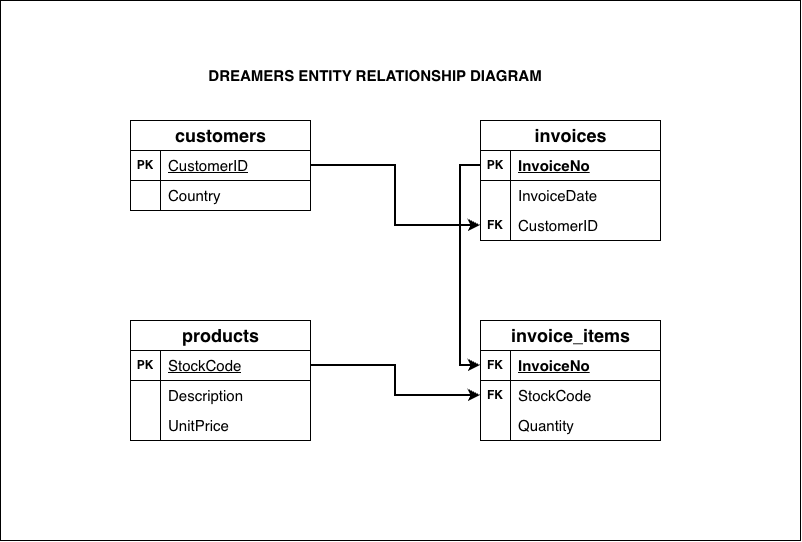
Before: docs/dreamers-erd.png, a diagram exported from draw.io (esodevops/dreamers-ecommerce-store-etl). Source tidied: cells renumbered, new cells last; positions are measured from the earlier drawing's top-left corner, leaving out a move shared by most shapes. The source it was exported from:
```xml
<mxGraphModel>
  <root>
    <mxCell id="0" />
    <mxCell id="1" parent="0" />
    <mxCell id="2" style="verticalLabelPosition=bottom;verticalAlign=top;html=1;shape=mxgraph.basic.rect;fillColor2=none;strokeWidth=1;size=20;indent=5;" parent="1" vertex="1">
      <mxGeometry width="800" height="540" as="geometry" />
    </mxCell>
    <mxCell id="3" value="&lt;font style=&quot;font-size: 18px;&quot;&gt;customers&lt;/font&gt;" style="shape=table;startSize=30;rowLines=0;fontStyle=1;align=center;html=1;" parent="1" vertex="1">
      <mxGeometry x="130" y="120" width="180" height="90" as="geometry" />
    </mxCell>
    <mxCell id="4" style="shape=tableRow;horizontal=0;startSize=0;swimlaneHead=0;swimlaneBody=0;fillColor=none;points=[[0,0.5],[1,0.5]];portConstraint=eastwest;top=0;left=0;right=0;bottom=1;" parent="3" vertex="1">
      <mxGeometry y="30" width="180" height="30" as="geometry" />
    </mxCell>
    <mxCell id="5" value="PK" style="shape=partialRectangle;fillColor=none;top=0;left=0;bottom=0;right=0;fontStyle=1;overflow=hidden;whiteSpace=wrap;html=1;" parent="4" vertex="1">
      <mxGeometry width="30" height="30" as="geometry" />
    </mxCell>
    <mxCell id="6" value="&lt;span style=&quot;font-weight: 400;&quot;&gt;&lt;font style=&quot;font-size: 15px;&quot;&gt;CustomerID&lt;/font&gt;&lt;/span&gt;" style="shape=partialRectangle;fillColor=none;top=0;left=0;bottom=0;right=0;align=left;spacingLeft=6;fontStyle=5;overflow=hidden;whiteSpace=wrap;html=1;" parent="4" vertex="1">
      <mxGeometry x="30" width="150" height="30" as="geometry" />
    </mxCell>
    <mxCell id="7" style="shape=tableRow;horizontal=0;startSize=0;swimlaneHead=0;swimlaneBody=0;fillColor=none;top=0;left=0;right=0;bottom=0;" parent="3" vertex="1">
      <mxGeometry y="60" width="180" height="30" as="geometry" />
    </mxCell>
    <mxCell id="8" style="shape=partialRectangle;fillColor=none;top=0;left=0;bottom=0;right=0;overflow=hidden;whiteSpace=wrap;html=1;" parent="7" vertex="1">
      <mxGeometry width="30" height="30" as="geometry" />
    </mxCell>
    <mxCell id="9" value="&lt;font style=&quot;font-size: 15px;&quot;&gt;Country&lt;/font&gt;" style="shape=partialRectangle;fillColor=none;top=0;left=0;bottom=0;right=0;align=left;spacingLeft=6;overflow=hidden;whiteSpace=wrap;html=1;" parent="7" vertex="1">
      <mxGeometry x="30" width="150" height="30" as="geometry" />
    </mxCell>
    <mxCell id="10" value="&lt;font style=&quot;font-size: 18px;&quot;&gt;products&lt;/font&gt;" style="shape=table;startSize=30;rowLines=0;fontStyle=1;align=center;html=1;" parent="1" vertex="1">
      <mxGeometry x="130" y="320" width="180" height="120" as="geometry" />
    </mxCell>
    <mxCell id="11" style="shape=tableRow;horizontal=0;startSize=0;swimlaneHead=0;swimlaneBody=0;fillColor=none;points=[[0,0.5],[1,0.5]];portConstraint=eastwest;top=0;left=0;right=0;bottom=1;" parent="10" vertex="1">
      <mxGeometry y="30" width="180" height="30" as="geometry" />
    </mxCell>
    <mxCell id="12" value="PK" style="shape=partialRectangle;fillColor=none;top=0;left=0;bottom=0;right=0;fontStyle=1;overflow=hidden;whiteSpace=wrap;html=1;" parent="11" vertex="1">
      <mxGeometry width="30" height="30" as="geometry" />
    </mxCell>
    <mxCell id="13" value="&lt;span style=&quot;font-weight: 400;&quot;&gt;&lt;font style=&quot;font-size: 15px;&quot;&gt;StockCode&lt;/font&gt;&lt;/span&gt;" style="shape=partialRectangle;fillColor=none;top=0;left=0;bottom=0;right=0;align=left;spacingLeft=6;fontStyle=5;overflow=hidden;whiteSpace=wrap;html=1;" parent="11" vertex="1">
      <mxGeometry x="30" width="150" height="30" as="geometry" />
    </mxCell>
    <mxCell id="14" style="shape=tableRow;horizontal=0;startSize=0;swimlaneHead=0;swimlaneBody=0;fillColor=none;top=0;left=0;right=0;bottom=0;" parent="10" vertex="1">
      <mxGeometry y="60" width="180" height="30" as="geometry" />
    </mxCell>
    <mxCell id="15" style="shape=partialRectangle;fillColor=none;top=0;left=0;bottom=0;right=0;overflow=hidden;whiteSpace=wrap;html=1;" parent="14" vertex="1">
      <mxGeometry width="30" height="30" as="geometry" />
    </mxCell>
    <mxCell id="16" value="&lt;font style=&quot;font-size: 15px;&quot;&gt;Description&lt;/font&gt;" style="shape=partialRectangle;fillColor=none;top=0;left=0;bottom=0;right=0;align=left;spacingLeft=6;overflow=hidden;whiteSpace=wrap;html=1;" parent="14" vertex="1">
      <mxGeometry x="30" width="150" height="30" as="geometry" />
    </mxCell>
    <mxCell id="17" style="shape=tableRow;horizontal=0;startSize=0;swimlaneHead=0;swimlaneBody=0;fillColor=none;top=0;left=0;right=0;bottom=0;" parent="10" vertex="1">
      <mxGeometry y="90" width="180" height="30" as="geometry" />
    </mxCell>
    <mxCell id="18" style="shape=partialRectangle;fillColor=none;top=0;left=0;bottom=0;right=0;overflow=hidden;whiteSpace=wrap;html=1;" parent="17" vertex="1">
      <mxGeometry width="30" height="30" as="geometry" />
    </mxCell>
    <mxCell id="19" value="&lt;font style=&quot;font-size: 15px;&quot;&gt;UnitPrice&lt;/font&gt;" style="shape=partialRectangle;fillColor=none;top=0;left=0;bottom=0;right=0;align=left;spacingLeft=6;overflow=hidden;whiteSpace=wrap;html=1;" parent="17" vertex="1">
      <mxGeometry x="30" width="150" height="30" as="geometry" />
    </mxCell>
    <mxCell id="20" value="&lt;font style=&quot;font-size: 18px;&quot;&gt;invoices&lt;/font&gt;" style="shape=table;startSize=30;rowLines=0;fontStyle=1;align=center;html=1;" parent="1" vertex="1">
      <mxGeometry x="480" y="120" width="180" height="120" as="geometry" />
    </mxCell>
    <mxCell id="21" style="shape=tableRow;horizontal=0;startSize=0;swimlaneHead=0;swimlaneBody=0;fillColor=none;points=[[0,0.5],[1,0.5]];portConstraint=eastwest;top=0;left=0;right=0;bottom=1;" parent="20" vertex="1">
      <mxGeometry y="30" width="180" height="30" as="geometry" />
    </mxCell>
    <mxCell id="22" value="PK" style="shape=partialRectangle;fillColor=none;top=0;left=0;bottom=0;right=0;fontStyle=1;overflow=hidden;whiteSpace=wrap;html=1;" parent="21" vertex="1">
      <mxGeometry width="30" height="30" as="geometry" />
    </mxCell>
    <mxCell id="23" value="&lt;font style=&quot;font-size: 15px;&quot;&gt;InvoiceNo&lt;/font&gt;" style="shape=partialRectangle;fillColor=none;top=0;left=0;bottom=0;right=0;align=left;spacingLeft=6;fontStyle=5;overflow=hidden;whiteSpace=wrap;html=1;" parent="21" vertex="1">
      <mxGeometry x="30" width="150" height="30" as="geometry" />
    </mxCell>
    <mxCell id="24" style="shape=tableRow;horizontal=0;startSize=0;swimlaneHead=0;swimlaneBody=0;fillColor=none;top=0;left=0;right=0;bottom=0;" parent="20" vertex="1">
      <mxGeometry y="60" width="180" height="30" as="geometry" />
    </mxCell>
    <mxCell id="25" style="shape=partialRectangle;fillColor=none;top=0;left=0;bottom=0;right=0;overflow=hidden;whiteSpace=wrap;html=1;" parent="24" vertex="1">
      <mxGeometry width="30" height="30" as="geometry" />
    </mxCell>
    <mxCell id="26" value="&lt;font style=&quot;font-size: 15px;&quot;&gt;InvoiceDate&lt;/font&gt;" style="shape=partialRectangle;fillColor=none;top=0;left=0;bottom=0;right=0;align=left;spacingLeft=6;overflow=hidden;whiteSpace=wrap;html=1;" parent="24" vertex="1">
      <mxGeometry x="30" width="150" height="30" as="geometry" />
    </mxCell>
    <mxCell id="27" style="shape=tableRow;horizontal=0;startSize=0;swimlaneHead=0;swimlaneBody=0;fillColor=none;points=[[0,0.5],[1,0.5]];portConstraint=eastwest;top=0;left=0;right=0;bottom=0;" parent="20" vertex="1">
      <mxGeometry y="90" width="180" height="30" as="geometry" />
    </mxCell>
    <mxCell id="28" value="&lt;b&gt;FK&lt;/b&gt;" style="shape=partialRectangle;fillColor=none;top=0;left=0;bottom=0;right=0;overflow=hidden;whiteSpace=wrap;html=1;" parent="27" vertex="1">
      <mxGeometry width="30" height="30" as="geometry" />
    </mxCell>
    <mxCell id="29" value="&lt;font style=&quot;font-size: 15px;&quot;&gt;CustomerID&lt;/font&gt;" style="shape=partialRectangle;fillColor=none;top=0;left=0;bottom=0;right=0;align=left;spacingLeft=6;overflow=hidden;whiteSpace=wrap;html=1;" parent="27" vertex="1">
      <mxGeometry x="30" width="150" height="30" as="geometry" />
    </mxCell>
    <mxCell id="30" value="&lt;font style=&quot;font-size: 18px;&quot;&gt;invoice_items&lt;/font&gt;" style="shape=table;startSize=30;rowLines=0;fontStyle=1;align=center;html=1;" parent="1" vertex="1">
      <mxGeometry x="480" y="320" width="180" height="120" as="geometry" />
    </mxCell>
    <mxCell id="31" style="shape=tableRow;horizontal=0;startSize=0;swimlaneHead=0;swimlaneBody=0;fillColor=none;points=[[0,0.5],[1,0.5]];portConstraint=eastwest;top=0;left=0;right=0;bottom=1;" parent="30" vertex="1">
      <mxGeometry y="30" width="180" height="30" as="geometry" />
    </mxCell>
    <mxCell id="32" value="FK" style="shape=partialRectangle;fillColor=none;top=0;left=0;bottom=0;right=0;fontStyle=1;overflow=hidden;whiteSpace=wrap;html=1;" parent="31" vertex="1">
      <mxGeometry width="30" height="30" as="geometry" />
    </mxCell>
    <mxCell id="33" value="&lt;font style=&quot;font-size: 15px;&quot;&gt;InvoiceNo&lt;/font&gt;" style="shape=partialRectangle;fillColor=none;top=0;left=0;bottom=0;right=0;align=left;spacingLeft=6;fontStyle=5;overflow=hidden;whiteSpace=wrap;html=1;" parent="31" vertex="1">
      <mxGeometry x="30" width="150" height="30" as="geometry" />
    </mxCell>
    <mxCell id="34" style="shape=tableRow;horizontal=0;startSize=0;swimlaneHead=0;swimlaneBody=0;fillColor=none;points=[[0,0.5],[1,0.5]];portConstraint=eastwest;top=0;left=0;right=0;bottom=0;" parent="30" vertex="1">
      <mxGeometry y="60" width="180" height="30" as="geometry" />
    </mxCell>
    <mxCell id="35" value="&lt;b&gt;FK&lt;/b&gt;" style="shape=partialRectangle;fillColor=none;top=0;left=0;bottom=0;right=0;overflow=hidden;whiteSpace=wrap;html=1;" parent="34" vertex="1">
      <mxGeometry width="30" height="30" as="geometry" />
    </mxCell>
    <mxCell id="36" value="&lt;font style=&quot;font-size: 15px;&quot;&gt;StockCode&lt;/font&gt;" style="shape=partialRectangle;fillColor=none;top=0;left=0;bottom=0;right=0;align=left;spacingLeft=6;overflow=hidden;whiteSpace=wrap;html=1;" parent="34" vertex="1">
      <mxGeometry x="30" width="150" height="30" as="geometry" />
    </mxCell>
    <mxCell id="37" style="shape=tableRow;horizontal=0;startSize=0;swimlaneHead=0;swimlaneBody=0;fillColor=none;top=0;left=0;right=0;bottom=0;" parent="30" vertex="1">
      <mxGeometry y="90" width="180" height="30" as="geometry" />
    </mxCell>
    <mxCell id="38" style="shape=partialRectangle;fillColor=none;top=0;left=0;bottom=0;right=0;overflow=hidden;whiteSpace=wrap;html=1;" parent="37" vertex="1">
      <mxGeometry width="30" height="30" as="geometry" />
    </mxCell>
    <mxCell id="39" value="&lt;font style=&quot;font-size: 15px;&quot;&gt;Quantity&lt;/font&gt;" style="shape=partialRectangle;fillColor=none;top=0;left=0;bottom=0;right=0;align=left;spacingLeft=6;overflow=hidden;whiteSpace=wrap;html=1;" parent="37" vertex="1">
      <mxGeometry x="30" width="150" height="30" as="geometry" />
    </mxCell>
    <mxCell id="40" style="edgeStyle=orthogonalEdgeStyle;rounded=0;jettySize=auto;html=1;entryX=0;entryY=0.5;entryDx=0;entryDy=0;strokeWidth=2;" parent="1" edge="1" source="4" target="27">
      <mxGeometry relative="1" as="geometry" />
    </mxCell>
    <mxCell id="41" style="edgeStyle=orthogonalEdgeStyle;rounded=0;jettySize=auto;html=1;entryX=0;entryY=0.5;entryDx=0;entryDy=0;strokeWidth=2;" parent="1" edge="1" source="11" target="34">
      <mxGeometry relative="1" as="geometry" />
    </mxCell>
    <mxCell id="42" style="edgeStyle=orthogonalEdgeStyle;rounded=0;jettySize=auto;html=1;entryX=0;entryY=0.5;entryDx=0;entryDy=0;strokeWidth=2;" parent="1" edge="1" source="21" target="31">
      <mxGeometry relative="1" as="geometry" />
    </mxCell>
    <mxCell id="43" value="&lt;b&gt;&lt;font style=&quot;font-size: 15px;&quot;&gt;DREAMERS ENTITY RELATIONSHIP DIAGRAM&lt;/font&gt;&lt;/b&gt;" style="text;html=1;whiteSpace=wrap;strokeColor=none;fillColor=none;align=center;verticalAlign=middle;rounded=0;" parent="1" vertex="1">
      <mxGeometry x="190" y="60" width="370" height="30" as="geometry" />
    </mxCell>
  </root>
</mxGraphModel>
```
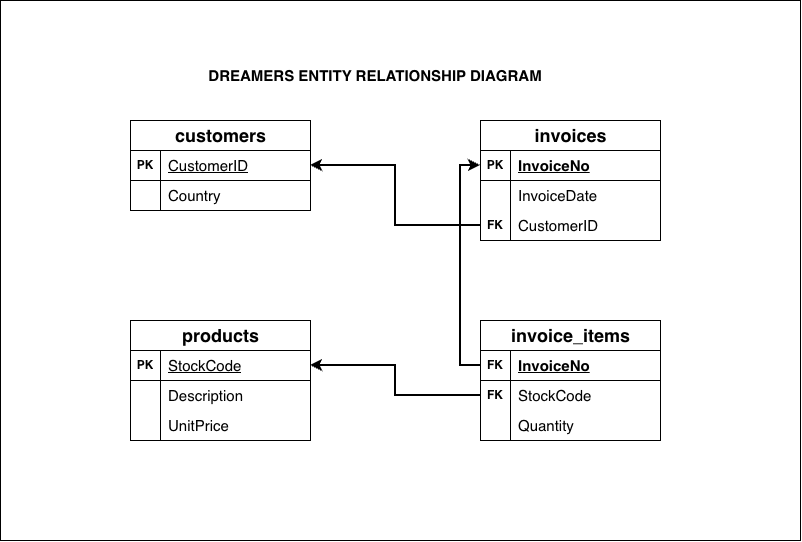
Later version of the same file.

Commit message:
fix: replace ERD

Change to the diagram source:
```diff
@@ -116,17 +116,17 @@
     <mxCell id="39" value="&lt;font style=&quot;font-size: 15px;&quot;&gt;Quantity&lt;/font&gt;" style="shape=partialRectangle;fillColor=none;top=0;left=0;bottom=0;right=0;align=left;spacingLeft=6;overflow=hidden;whiteSpace=wrap;html=1;" parent="37" vertex="1">
       <mxGeometry x="30" width="150" height="30" as="geometry" />
     </mxCell>
-    <mxCell id="40" style="edgeStyle=orthogonalEdgeStyle;rounded=0;jettySize=auto;html=1;entryX=0;entryY=0.5;entryDx=0;entryDy=0;strokeWidth=2;" parent="1" edge="1" source="4" target="27">
-      <mxGeometry relative="1" as="geometry" />
-    </mxCell>
-    <mxCell id="41" style="edgeStyle=orthogonalEdgeStyle;rounded=0;jettySize=auto;html=1;entryX=0;entryY=0.5;entryDx=0;entryDy=0;strokeWidth=2;" parent="1" edge="1" source="11" target="34">
-      <mxGeometry relative="1" as="geometry" />
-    </mxCell>
-    <mxCell id="42" style="edgeStyle=orthogonalEdgeStyle;rounded=0;jettySize=auto;html=1;entryX=0;entryY=0.5;entryDx=0;entryDy=0;strokeWidth=2;" parent="1" edge="1" source="21" target="31">
-      <mxGeometry relative="1" as="geometry" />
-    </mxCell>
     <mxCell id="43" value="&lt;b&gt;&lt;font style=&quot;font-size: 15px;&quot;&gt;DREAMERS ENTITY RELATIONSHIP DIAGRAM&lt;/font&gt;&lt;/b&gt;" style="text;html=1;whiteSpace=wrap;strokeColor=none;fillColor=none;align=center;verticalAlign=middle;rounded=0;" parent="1" vertex="1">
       <mxGeometry x="190" y="60" width="370" height="30" as="geometry" />
     </mxCell>
+    <mxCell id="44" style="edgeStyle=orthogonalEdgeStyle;rounded=0;jettySize=auto;html=1;entryX=1;entryY=0.5;entryDx=0;entryDy=0;strokeWidth=2;" parent="1" edge="1" source="27" target="4">
+      <mxGeometry relative="1" as="geometry" />
+    </mxCell>
+    <mxCell id="45" style="edgeStyle=orthogonalEdgeStyle;rounded=0;jettySize=auto;html=1;entryX=0;entryY=0.5;entryDx=0;entryDy=0;strokeWidth=2;" parent="1" edge="1" source="31" target="21">
+      <mxGeometry relative="1" as="geometry" />
+    </mxCell>
+    <mxCell id="46" style="edgeStyle=orthogonalEdgeStyle;rounded=0;jettySize=auto;html=1;strokeWidth=2;" parent="1" edge="1" source="34" target="11">
+      <mxGeometry relative="1" as="geometry" />
+    </mxCell>
   </root>
 </mxGraphModel>
```
